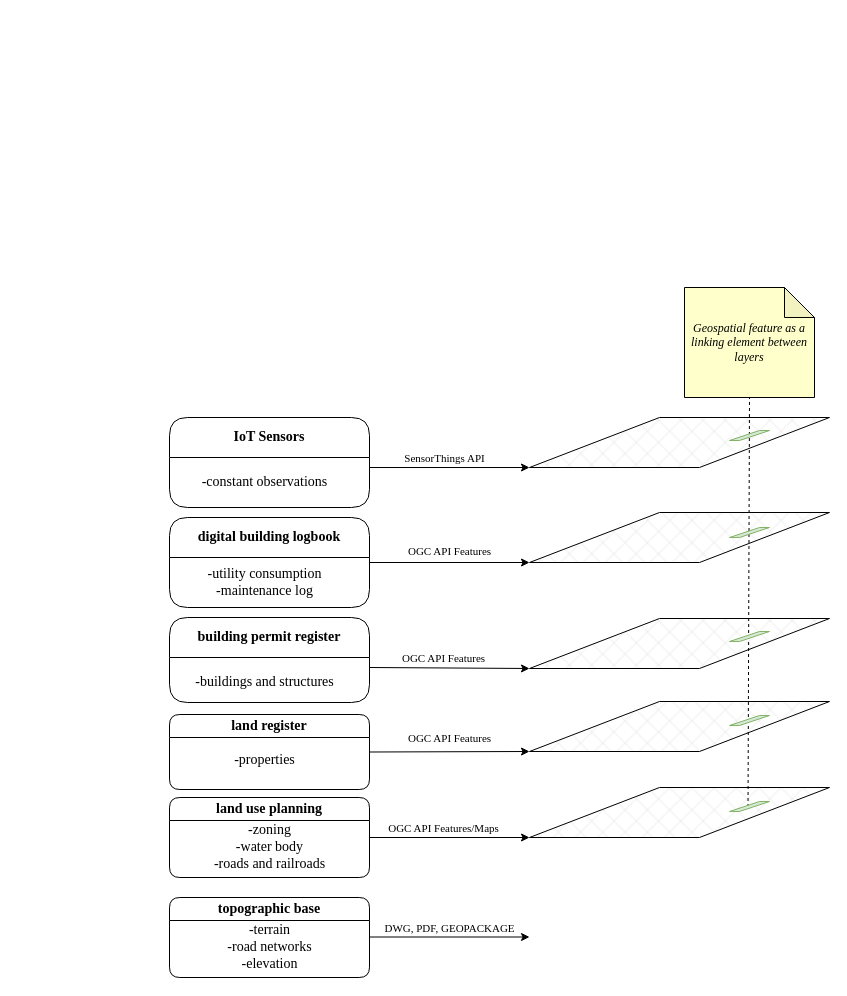
This is thesis/udt-layers.drawio from timoruohomaki/LUT-DAP, a draw.io file, before an edit. Source tidied: cells renumbered, new cells numbered last; positions are measured from the earlier drawing's top-left corner, leaving out a move shared by most shapes. Both pictures are drawn from the tidied source at 100%, with x=0, y=0 at pixel (169, 287).
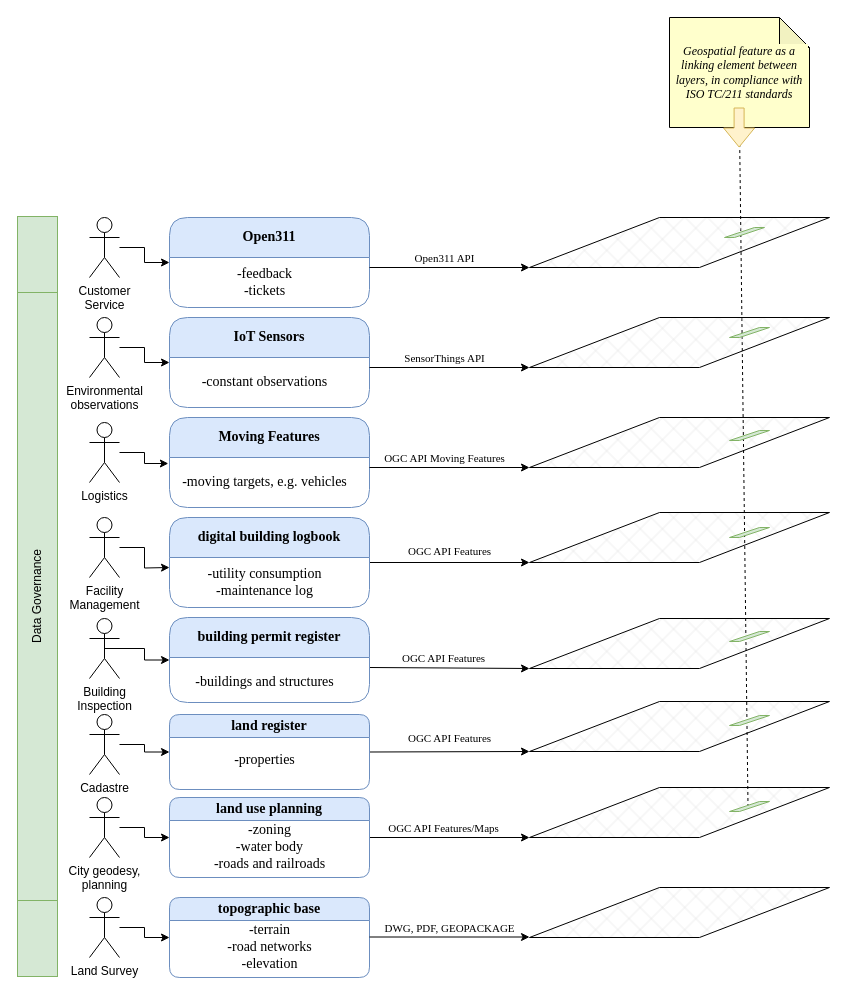
Above is the later version.

Unchanged cells that the change refers to:
```xml
<mxCell id="26" style="endArrow=classic;html=1;hachureGap=4;fontFamily=Architects Daughter;fontSize=16;exitX=1;exitY=0.5;exitDx=0;exitDy=0;entryX=0;entryY=1;entryDx=0;entryDy=0;" parent="1" edge="1" target="25">
  <mxGeometry relative="1" as="geometry">
    <mxPoint x="200" y="180" as="sourcePoint" />
  </mxGeometry>
</mxCell>
```

Diff of the diagram source:
```diff
@@
-    <mxCell id="15" value="land use planning" style="swimlane;whiteSpace=wrap;html=1;hachureGap=4;fontFamily=Times New Roman;fontSize=14;fontStyle=1;rounded=1;" parent="1" vertex="1">
+    <mxCell id="15" value="land use planning" style="swimlane;whiteSpace=wrap;html=1;hachureGap=4;fontFamily=Times New Roman;fontSize=14;fontStyle=1;rounded=1;fillColor=#dae8fc;strokeColor=#6c8ebf;" parent="1" vertex="1">
       <mxGeometry y="510" width="200" height="80" as="geometry" />
     </mxCell>
@@
-    <mxCell id="17" value="land register" style="swimlane;whiteSpace=wrap;html=1;hachureGap=4;fontFamily=Times New Roman;fontSize=14;rounded=1;" parent="1" vertex="1">
+    <mxCell id="17" value="land register" style="swimlane;whiteSpace=wrap;html=1;hachureGap=4;fontFamily=Times New Roman;fontSize=14;rounded=1;fillColor=#dae8fc;strokeColor=#6c8ebf;" parent="1" vertex="1">
       <mxGeometry y="427" width="200" height="75" as="geometry" />
     </mxCell>
@@
-    <mxCell id="19" value="building permit register" style="swimlane;whiteSpace=wrap;html=1;hachureGap=4;fontFamily=Times New Roman;fontSize=14;startSize=40;rounded=1;" parent="1" vertex="1">
+    <mxCell id="19" value="building permit register" style="swimlane;whiteSpace=wrap;html=1;hachureGap=4;fontFamily=Times New Roman;fontSize=14;startSize=40;rounded=1;fillColor=#dae8fc;strokeColor=#6c8ebf;" parent="1" vertex="1">
       <mxGeometry y="330" width="200" height="85" as="geometry" />
     </mxCell>
@@
-    <mxCell id="21" value="digital building logbook" style="swimlane;whiteSpace=wrap;html=1;hachureGap=4;fontFamily=Times New Roman;fontSize=14;startSize=40;rounded=1;" parent="1" vertex="1">
+    <mxCell id="21" value="digital building logbook" style="swimlane;whiteSpace=wrap;html=1;hachureGap=4;fontFamily=Times New Roman;fontSize=14;startSize=40;rounded=1;fillColor=#dae8fc;strokeColor=#6c8ebf;" parent="1" vertex="1">
       <mxGeometry y="230" width="200" height="90" as="geometry" />
     </mxCell>
@@
-    <mxCell id="23" value="IoT Sensors" style="swimlane;whiteSpace=wrap;html=1;hachureGap=4;fontFamily=Times New Roman;fontSize=14;startSize=40;rounded=1;" parent="1" vertex="1">
+    <mxCell id="23" value="Moving Features" style="swimlane;whiteSpace=wrap;html=1;hachureGap=4;fontFamily=Times New Roman;fontSize=14;startSize=40;rounded=1;fillColor=#dae8fc;strokeColor=#6c8ebf;" parent="1" vertex="1">
       <mxGeometry y="130" width="200" height="90" as="geometry" />
     </mxCell>
-    <mxCell id="24" value="-constant observations" style="text;html=1;align=center;verticalAlign=middle;points=[];strokeColor=none;fillColor=none;fontSize=14;fontFamily=Times New Roman;" parent="23" vertex="1">
-      <mxGeometry x="20" y="50" width="150" height="30" as="geometry" />
+    <mxCell id="24" value="-moving targets, e.g. vehicles" style="text;html=1;align=center;verticalAlign=middle;points=[];strokeColor=none;fillColor=none;fontSize=14;fontFamily=Times New Roman;" parent="23" vertex="1">
+      <mxGeometry y="50" width="190" height="30" as="geometry" />
     </mxCell>
@@
-    <mxCell id="27" value="SensorThings API" style="edgeLabel;html=1;align=center;verticalAlign=middle;rotation=0;fontFamily=Times New Roman;" parent="26" vertex="1">
+    <mxCell id="27" value="OGC API Moving Features" style="edgeLabel;html=1;align=center;verticalAlign=middle;rotation=0;fontFamily=Times New Roman;" parent="26" vertex="1">
       <mxGeometry x="-0.06" y="-1" relative="1" as="geometry">
         <mxPoint x="-1" y="-11" as="offset" />
       </mxGeometry>
     </mxCell>
@@
-    <mxCell id="34" value="Geospatial feature as a linking element between layers" style="shape=note;whiteSpace=wrap;html=1;backgroundOutline=1;darkOpacity=0.05;labelBackgroundColor=#FFFFCC;fillStyle=solid;fillColor=#FFFFCC;fontFamily=Times New Roman;fontStyle=2;" parent="1" vertex="1">
-      <mxGeometry x="515" width="130" height="110" as="geometry" />
+    <mxCell id="34" value="Geospatial feature as a linking element between layers, in compliance with ISO TC/211 standards" style="shape=note;whiteSpace=wrap;html=1;backgroundOutline=1;darkOpacity=0.05;labelBackgroundColor=#FFFFCC;fillStyle=solid;fillColor=#FFFFCC;fontFamily=Times New Roman;fontStyle=2;" parent="1" vertex="1">
+      <mxGeometry x="500" y="-270" width="140" height="110" as="geometry" />
     </mxCell>
-    <mxCell id="35" value="topographic base" style="swimlane;whiteSpace=wrap;html=1;hachureGap=4;fontFamily=Times New Roman;fontSize=14;fontStyle=1;rounded=1;" parent="1" vertex="1">
+    <mxCell id="35" value="topographic base" style="swimlane;whiteSpace=wrap;html=1;hachureGap=4;fontFamily=Times New Roman;fontSize=14;fontStyle=1;rounded=1;fillColor=#dae8fc;strokeColor=#6c8ebf;" parent="1" vertex="1">
       <mxGeometry y="610" width="200" height="80" as="geometry" />
     </mxCell>
@@
+    <mxCell id="38" style="shape=parallelogram;perimeter=parallelogramPerimeter;whiteSpace=wrap;html=1;fixedSize=1;hachureGap=4;fontFamily=Architects Daughter;fontSize=20;size=130;fillStyle=cross-hatch;fillColor=#E0E0E0;" parent="1" vertex="1">
+      <mxGeometry x="360" y="600" width="300" height="50" as="geometry" />
+    </mxCell>
+    <mxCell id="39" style="shape=parallelogram;perimeter=parallelogramPerimeter;whiteSpace=wrap;html=1;fixedSize=1;hachureGap=4;fontFamily=Architects Daughter;fontSize=20;size=130;fillStyle=cross-hatch;fillColor=#E0E0E0;shadow=0;" parent="1" vertex="1">
+      <mxGeometry x="360" y="30" width="300" height="50" as="geometry" />
+    </mxCell>
+    <mxCell id="40" style="shape=parallelogram;perimeter=parallelogramPerimeter;whiteSpace=wrap;html=1;fixedSize=1;hachureGap=4;fontFamily=Architects Daughter;fontSize=20;size=30;fillStyle=solid;fillColor=#d5e8d4;strokeColor=#82b366;" parent="1" vertex="1">
+      <mxGeometry x="560" y="40" width="40" height="10" as="geometry" />
+    </mxCell>
+    <mxCell id="41" value="IoT Sensors" style="swimlane;whiteSpace=wrap;html=1;hachureGap=4;fontFamily=Times New Roman;fontSize=14;startSize=40;rounded=1;fillColor=#dae8fc;strokeColor=#6c8ebf;" parent="1" vertex="1">
+      <mxGeometry y="30" width="200" height="90" as="geometry" />
+    </mxCell>
+    <mxCell id="42" value="-constant observations" style="text;html=1;align=center;verticalAlign=middle;strokeColor=none;fillColor=none;fontSize=14;fontFamily=Times New Roman;" parent="41" vertex="1">
+      <mxGeometry x="20" y="50" width="150" height="30" as="geometry" />
+    </mxCell>
+    <mxCell id="43" style="endArrow=classic;html=1;hachureGap=4;fontFamily=Architects Daughter;fontSize=16;exitX=1;exitY=0.5;exitDx=0;exitDy=0;entryX=0;entryY=1;entryDx=0;entryDy=0;" parent="1" edge="1">
+      <mxGeometry relative="1" as="geometry">
+        <mxPoint x="200" y="80" as="sourcePoint" />
+        <mxPoint x="360" y="80" as="targetPoint" />
+      </mxGeometry>
+    </mxCell>
+    <mxCell id="44" value="SensorThings API" style="edgeLabel;html=1;align=center;verticalAlign=middle;rotation=0;fontFamily=Times New Roman;" parent="43" vertex="1">
+      <mxGeometry x="-0.06" y="-1" relative="1" as="geometry">
+        <mxPoint x="-1" y="-11" as="offset" />
+      </mxGeometry>
+    </mxCell>
+    <mxCell id="45" style="shape=flexArrow;endArrow=classic;html=1;rounded=0;fillColor=#fff2cc;strokeColor=#d6b656;" parent="1" edge="1">
+      <mxGeometry relative="1" as="geometry">
+        <mxPoint x="569.6" y="-180" as="sourcePoint" />
+        <mxPoint x="569.6" y="-140" as="targetPoint" />
+      </mxGeometry>
+    </mxCell>
+    <mxCell id="46" style="edgeStyle=orthogonalEdgeStyle;rounded=0;jettySize=auto;html=1;entryX=0;entryY=0.5;entryDx=0;entryDy=0;" parent="1" edge="1" source="47" target="54">
+      <mxGeometry relative="1" as="geometry" />
+    </mxCell>
+    <mxCell id="47" value="Customer&lt;div&gt;Service&lt;/div&gt;" style="shape=umlActor;verticalLabelPosition=bottom;verticalAlign=top;html=1;outlineConnect=0;" parent="1" vertex="1">
+      <mxGeometry x="-80" y="-70" width="30" height="60" as="geometry" />
+    </mxCell>
+    <mxCell id="48" style="edgeStyle=orthogonalEdgeStyle;rounded=0;jettySize=auto;html=1;entryX=0;entryY=0.5;entryDx=0;entryDy=0;" parent="1" edge="1" source="49" target="35">
+      <mxGeometry relative="1" as="geometry" />
+    </mxCell>
+    <mxCell id="49" value="Land Survey" style="shape=umlActor;verticalLabelPosition=bottom;verticalAlign=top;html=1;outlineConnect=0;" parent="1" vertex="1">
+      <mxGeometry x="-80" y="610" width="30" height="60" as="geometry" />
+    </mxCell>
+    <mxCell id="50" style="edgeStyle=orthogonalEdgeStyle;rounded=0;jettySize=auto;html=1;entryX=0;entryY=0.5;entryDx=0;entryDy=0;" parent="1" edge="1" source="51" target="15">
+      <mxGeometry relative="1" as="geometry" />
+    </mxCell>
+    <mxCell id="51" value="City geodesy,&lt;div&gt;planning&lt;/div&gt;" style="shape=umlActor;verticalLabelPosition=bottom;verticalAlign=top;html=1;outlineConnect=0;" parent="1" vertex="1">
+      <mxGeometry x="-80" y="510" width="30" height="60" as="geometry" />
+    </mxCell>
+    <mxCell id="52" style="edgeStyle=orthogonalEdgeStyle;rounded=0;jettySize=auto;html=1;entryX=0;entryY=0.5;entryDx=0;entryDy=0;" parent="1" edge="1" source="53" target="17">
+      <mxGeometry relative="1" as="geometry" />
+    </mxCell>
+    <mxCell id="53" value="Cadastre" style="shape=umlActor;verticalLabelPosition=bottom;verticalAlign=top;html=1;outlineConnect=0;" parent="1" vertex="1">
+      <mxGeometry x="-80" y="427" width="30" height="60" as="geometry" />
+    </mxCell>
+    <mxCell id="54" value="Open311" style="swimlane;whiteSpace=wrap;html=1;hachureGap=4;fontFamily=Times New Roman;fontSize=14;startSize=40;rounded=1;fillColor=#dae8fc;strokeColor=#6c8ebf;" parent="1" vertex="1">
+      <mxGeometry y="-70" width="200" height="90" as="geometry" />
+    </mxCell>
+    <mxCell id="55" value="-feedback&lt;div&gt;-tickets&lt;/div&gt;" style="text;html=1;align=center;verticalAlign=middle;strokeColor=none;fillColor=none;fontSize=14;fontFamily=Times New Roman;" parent="54" vertex="1">
+      <mxGeometry x="55" y="40" width="80" height="50" as="geometry" />
+    </mxCell>
+    <mxCell id="56" style="endArrow=classic;html=1;hachureGap=4;fontFamily=Architects Daughter;fontSize=16;exitX=1;exitY=0.5;exitDx=0;exitDy=0;entryX=0;entryY=1;entryDx=0;entryDy=0;" parent="1" edge="1">
+      <mxGeometry relative="1" as="geometry">
+        <mxPoint x="200" y="-20" as="sourcePoint" />
+        <mxPoint x="360" y="-20" as="targetPoint" />
+      </mxGeometry>
+    </mxCell>
+    <mxCell id="57" value="Open311 API" style="edgeLabel;html=1;align=center;verticalAlign=middle;rotation=0;fontFamily=Times New Roman;" parent="56" vertex="1">
+      <mxGeometry x="-0.06" y="-1" relative="1" as="geometry">
+        <mxPoint x="-1" y="-11" as="offset" />
+      </mxGeometry>
+    </mxCell>
+    <mxCell id="58" style="shape=parallelogram;perimeter=parallelogramPerimeter;whiteSpace=wrap;html=1;fixedSize=1;hachureGap=4;fontFamily=Architects Daughter;fontSize=20;size=130;fillStyle=cross-hatch;fillColor=#E0E0E0;shadow=0;" parent="1" vertex="1">
+      <mxGeometry x="360" y="-70" width="300" height="50" as="geometry" />
+    </mxCell>
+    <mxCell id="59" style="shape=parallelogram;perimeter=parallelogramPerimeter;whiteSpace=wrap;html=1;fixedSize=1;hachureGap=4;fontFamily=Architects Daughter;fontSize=20;size=30;fillStyle=solid;fillColor=#d5e8d4;strokeColor=#82b366;" parent="1" vertex="1">
+      <mxGeometry x="555" y="-60" width="40" height="10" as="geometry" />
+    </mxCell>
+    <mxCell id="60" style="edgeStyle=orthogonalEdgeStyle;rounded=0;jettySize=auto;html=1;exitX=0.5;exitY=0.5;exitDx=0;exitDy=0;exitPerimeter=0;entryX=0;entryY=0.5;entryDx=0;entryDy=0;" parent="1" edge="1" source="61" target="19">
+      <mxGeometry relative="1" as="geometry" />
+    </mxCell>
+    <mxCell id="61" value="Building&lt;div&gt;Inspection&lt;/div&gt;" style="shape=umlActor;verticalLabelPosition=bottom;verticalAlign=top;html=1;outlineConnect=0;" parent="1" vertex="1">
+      <mxGeometry x="-80" y="331" width="30" height="60" as="geometry" />
+    </mxCell>
+    <mxCell id="62" style="edgeStyle=orthogonalEdgeStyle;rounded=0;jettySize=auto;html=1;" parent="1" edge="1" source="63">
+      <mxGeometry relative="1" as="geometry">
+        <mxPoint y="280" as="targetPoint" />
+      </mxGeometry>
+    </mxCell>
+    <mxCell id="63" value="Facility&lt;br&gt;Management" style="shape=umlActor;verticalLabelPosition=bottom;verticalAlign=top;html=1;outlineConnect=0;" parent="1" vertex="1">
+      <mxGeometry x="-80" y="230" width="30" height="60" as="geometry" />
+    </mxCell>
+    <mxCell id="64" value="Logistics" style="shape=umlActor;verticalLabelPosition=bottom;verticalAlign=top;html=1;outlineConnect=0;" parent="1" vertex="1">
+      <mxGeometry x="-80" y="135" width="30" height="60" as="geometry" />
+    </mxCell>
+    <mxCell id="65" style="edgeStyle=orthogonalEdgeStyle;rounded=0;jettySize=auto;html=1;entryX=-0.006;entryY=-0.133;entryDx=0;entryDy=0;entryPerimeter=0;" parent="1" edge="1" source="64" target="24">
+      <mxGeometry relative="1" as="geometry" />
+    </mxCell>
+    <mxCell id="66" style="edgeStyle=orthogonalEdgeStyle;rounded=0;jettySize=auto;html=1;entryX=0;entryY=0.5;entryDx=0;entryDy=0;" parent="1" edge="1" source="67" target="41">
+      <mxGeometry relative="1" as="geometry" />
+    </mxCell>
+    <mxCell id="67" value="Environmental&lt;div&gt;observations&lt;/div&gt;" style="shape=umlActor;verticalLabelPosition=bottom;verticalAlign=top;html=1;outlineConnect=0;" parent="1" vertex="1">
+      <mxGeometry x="-80" y="30" width="30" height="60" as="geometry" />
+    </mxCell>
+    <mxCell id="68" value="Data Governance" style="shape=process;whiteSpace=wrap;html=1;backgroundOutline=1;fillColor=#d5e8d4;strokeColor=#82b366;rotation=-90;" parent="1" vertex="1">
+      <mxGeometry x="-512" y="289" width="760" height="40" as="geometry" />
+    </mxCell>
```
